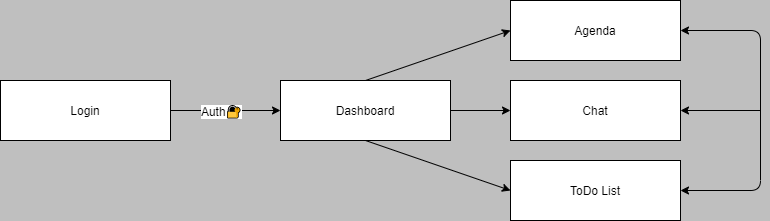
W-D0n/LearnAtHome_10 keeps this draw.io diagram as img/application.png. Above is the earlier version. Source tidied: cells renumbered, new cells last; positions are measured from the earlier drawing's top-left corner, leaving out a move shared by most shapes.
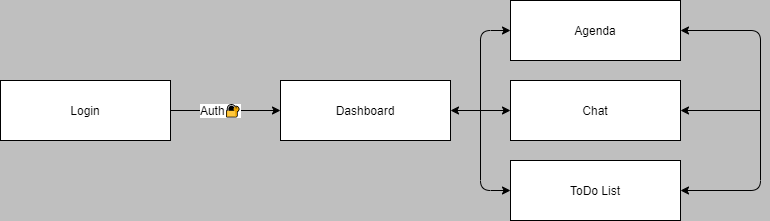
Above is the later version.

Commit message:
diag application change

The edit, as a diff of the source:
```diff
@@ -22,15 +22,6 @@
     <mxCell id="7" value="Chat" style="rounded=0;whiteSpace=wrap;html=1;" parent="1" vertex="1">
       <mxGeometry x="510" y="80" width="170" height="60" as="geometry" />
     </mxCell>
-    <mxCell id="8" style="edgeStyle=none;html=1;exitX=1;exitY=0.5;exitDx=0;exitDy=0;entryX=0;entryY=0.5;entryDx=0;entryDy=0;strokeColor=#000000;" parent="1" edge="1" source="11" target="7">
-      <mxGeometry relative="1" as="geometry" />
-    </mxCell>
-    <mxCell id="9" style="edgeStyle=none;html=1;exitX=0.5;exitY=0;exitDx=0;exitDy=0;entryX=0;entryY=0.5;entryDx=0;entryDy=0;strokeColor=#000000;" parent="1" edge="1" source="11" target="6">
-      <mxGeometry relative="1" as="geometry" />
-    </mxCell>
-    <mxCell id="10" style="edgeStyle=none;html=1;exitX=0.5;exitY=1;exitDx=0;exitDy=0;entryX=0;entryY=0.5;entryDx=0;entryDy=0;strokeColor=#000000;" parent="1" edge="1" source="11" target="5">
-      <mxGeometry relative="1" as="geometry" />
-    </mxCell>
     <mxCell id="11" value="Dashboard" style="rounded=0;whiteSpace=wrap;html=1;" parent="1" vertex="1">
       <mxGeometry x="280" y="80" width="170" height="60" as="geometry" />
     </mxCell>
@@ -47,5 +38,16 @@
         <mxPoint x="760" y="110" as="sourcePoint" />
       </mxGeometry>
     </mxCell>
+    <mxCell id="14" style="endArrow=classic;startArrow=classic;html=1;entryX=0;entryY=0.5;entryDx=0;entryDy=0;exitX=0;exitY=0.5;exitDx=0;exitDy=0;" parent="1" edge="1" source="5" target="6">
+      <mxGeometry relative="1" as="geometry">
+        <Array as="points">
+          <mxPoint x="480" y="190" />
+          <mxPoint x="480" y="30" />
+        </Array>
+      </mxGeometry>
+    </mxCell>
+    <mxCell id="8" style="endArrow=classic;startArrow=classic;html=1;entryX=0;entryY=0.5;entryDx=0;entryDy=0;exitX=1;exitY=0.5;exitDx=0;exitDy=0;" parent="1" edge="1" source="11" target="7">
+      <mxGeometry relative="1" as="geometry" />
+    </mxCell>
   </root>
 </mxGraphModel>
```
